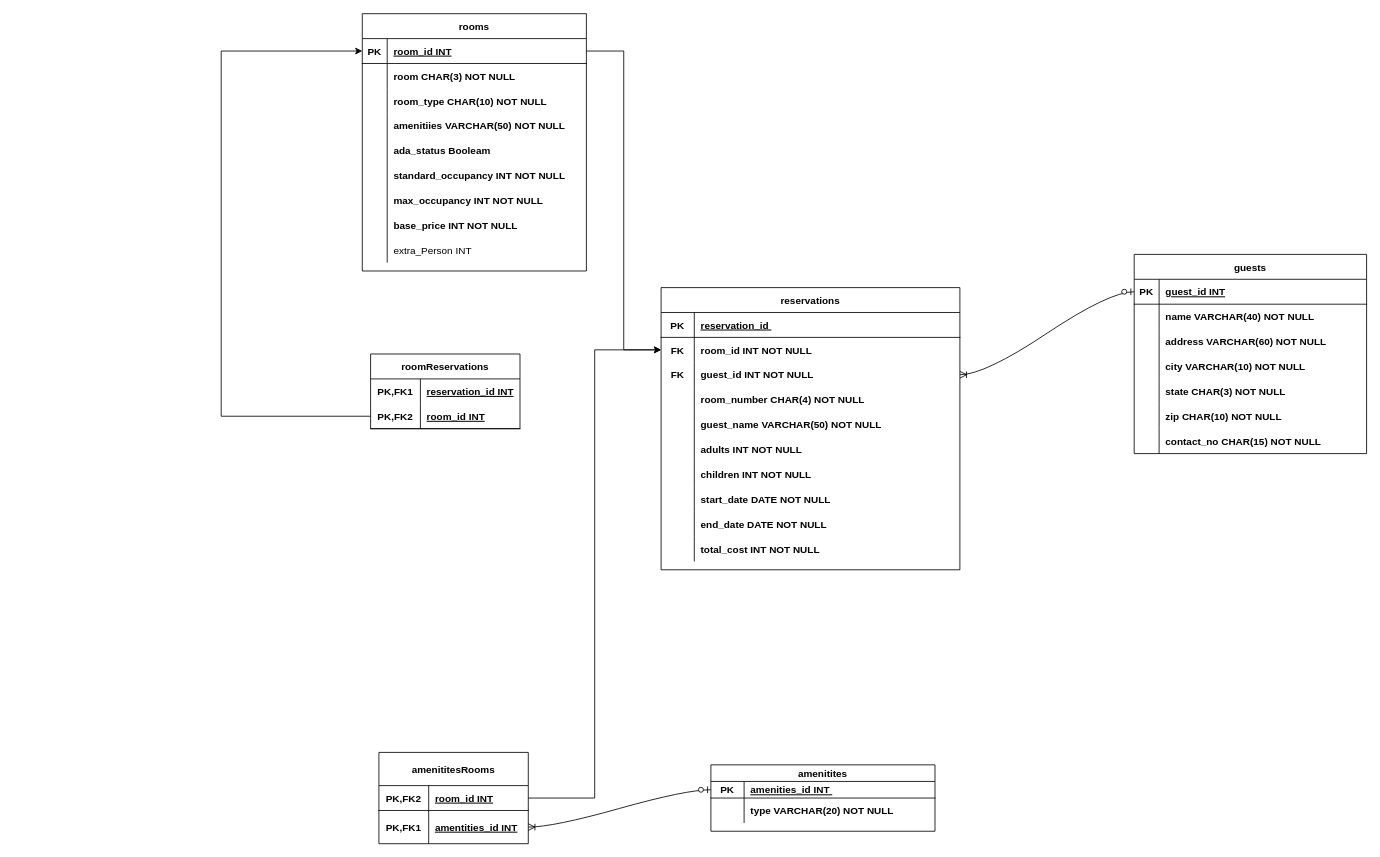
The draw.io diagram HotelReservation.drawio in raveen112/raveen-mathai-classwork, before the edit. Source tidied: cells renumbered, new cells numbered last; positions are measured from the earlier drawing's top-left corner, leaving out a move shared by most shapes. Both pictures are drawn from the tidied source at 83%, with x=0, y=0 at pixel (221, 13).
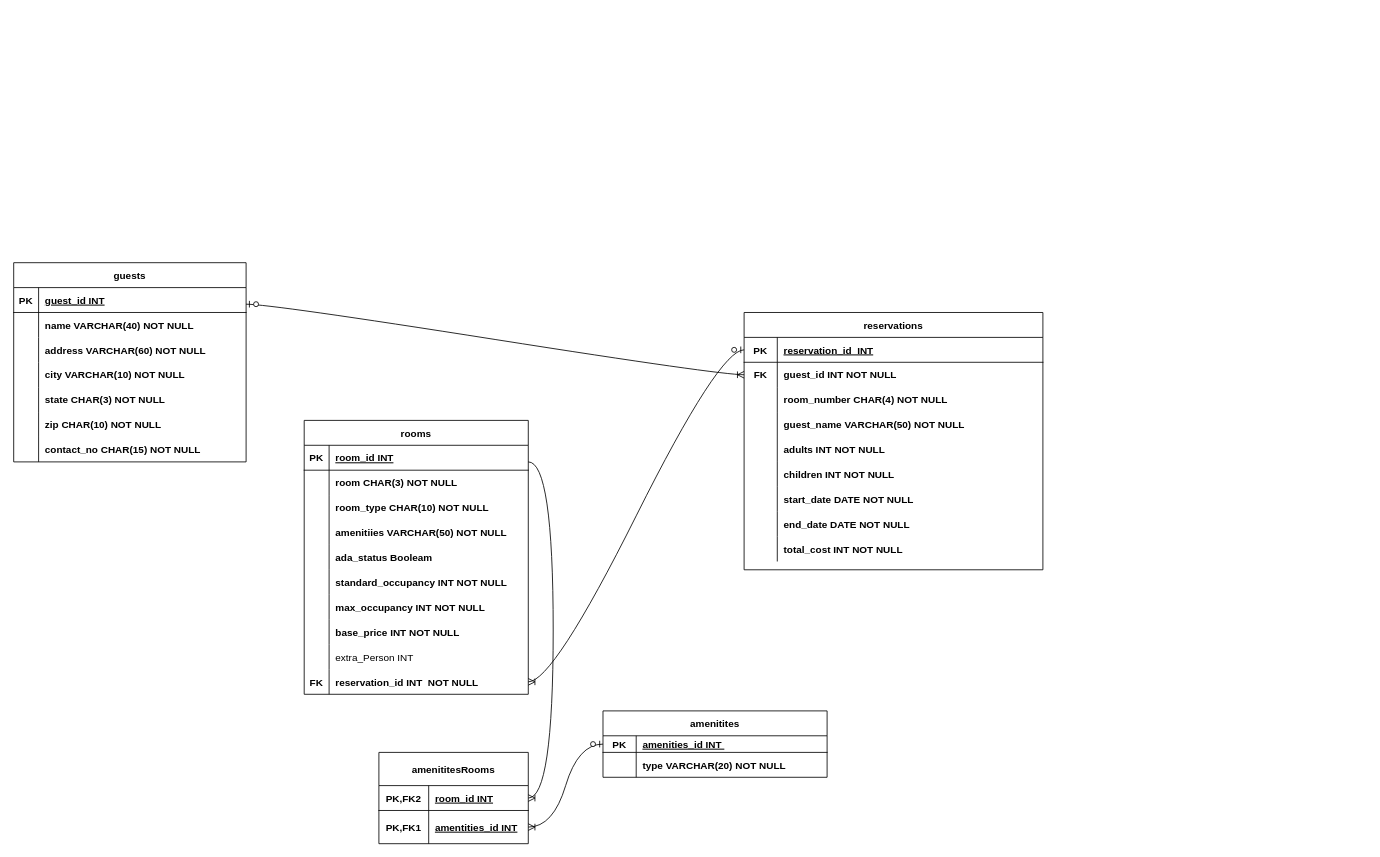
After the change.

Unchanged cells that the change refers to:
```xml
<mxCell id="3" style="shape=tableRow;horizontal=0;startSize=0;swimlaneHead=0;swimlaneBody=0;fillColor=none;points=[[0,0.5],[1,0.5]];portConstraint=eastwest;top=0;left=0;right=0;bottom=1;" parent="2" vertex="1">
  <mxGeometry y="30" width="360" height="30" as="geometry" />
</mxCell>
<mxCell id="34" style="shape=tableRow;horizontal=0;startSize=0;swimlaneHead=0;swimlaneBody=0;fillColor=none;points=[[0,0.5],[1,0.5]];portConstraint=eastwest;top=0;left=0;right=0;bottom=1;" parent="33" vertex="1">
  <mxGeometry y="30" width="270" height="30" as="geometry" />
</mxCell>
<mxCell id="62" style="shape=tableRow;horizontal=0;startSize=0;swimlaneHead=0;swimlaneBody=0;fillColor=none;points=[[0,0.5],[1,0.5]];portConstraint=eastwest;top=0;left=0;right=0;bottom=1;" parent="61" vertex="1">
  <mxGeometry y="30" width="280" height="30" as="geometry" />
</mxCell>
<mxCell id="84" style="shape=tableRow;horizontal=0;startSize=0;swimlaneHead=0;swimlaneBody=0;fillColor=none;points=[[0,0.5],[1,0.5]];portConstraint=eastwest;top=0;left=0;right=0;bottom=1;" parent="83" vertex="1">
  <mxGeometry y="40" width="180" height="30" as="geometry" />
</mxCell>
```

The edit, as a diff of the source:
```diff
@@
     <mxCell id="2" value="reservations" style="shape=table;startSize=30;childLayout=tableLayout;rowLines=0;fontStyle=1;align=center;" parent="1" vertex="1">
-      <mxGeometry x="530" y="330" width="360" height="340" as="geometry" />
+      <mxGeometry x="630" y="360" width="360" height="310" as="geometry" />
     </mxCell>
@@
-    <mxCell id="5" value="reservation_id " style="shape=partialRectangle;fillColor=none;top=0;left=0;bottom=0;right=0;align=left;spacingLeft=6;fontStyle=5;overflow=hidden;" parent="3" vertex="1">
+    <mxCell id="5" value="reservation_id  INT" style="shape=partialRectangle;fillColor=none;top=0;left=0;bottom=0;right=0;align=left;spacingLeft=6;fontStyle=5;overflow=hidden;" parent="3" vertex="1">
       <mxGeometry x="40" width="320" height="30" as="geometry" />
     </mxCell>
-    <mxCell id="6" style="shape=tableRow;horizontal=0;startSize=0;swimlaneHead=0;swimlaneBody=0;fillColor=none;points=[[0,0.5],[1,0.5]];portConstraint=eastwest;top=0;left=0;right=0;bottom=0;fontStyle=1;" parent="2" vertex="1">
-      <mxGeometry y="60" width="360" height="30" as="geometry" />
-    </mxCell>
-    <mxCell id="7" value="FK" style="shape=partialRectangle;fillColor=none;top=0;left=0;bottom=0;right=0;overflow=hidden;fontStyle=1;" parent="6" vertex="1">
-      <mxGeometry width="40" height="30" as="geometry" />
-    </mxCell>
-    <mxCell id="8" value="room_id INT NOT NULL" style="shape=partialRectangle;fillColor=none;top=0;left=0;bottom=0;right=0;align=left;spacingLeft=6;overflow=hidden;fontStyle=1;" parent="6" vertex="1">
-      <mxGeometry x="40" width="320" height="30" as="geometry" />
-    </mxCell>
     <mxCell id="9" style="shape=tableRow;horizontal=0;startSize=0;swimlaneHead=0;swimlaneBody=0;fillColor=none;points=[[0,0.5],[1,0.5]];portConstraint=eastwest;top=0;left=0;right=0;bottom=0;" parent="2" vertex="1">
-      <mxGeometry y="90" width="360" height="30" as="geometry" />
+      <mxGeometry y="60" width="360" height="30" as="geometry" />
     </mxCell>
@@
     <mxCell id="12" style="shape=tableRow;horizontal=0;startSize=0;swimlaneHead=0;swimlaneBody=0;fillColor=none;top=0;left=0;right=0;bottom=0;" parent="2" vertex="1">
-      <mxGeometry y="120" width="360" height="30" as="geometry" />
+      <mxGeometry y="90" width="360" height="30" as="geometry" />
     </mxCell>
@@
     <mxCell id="15" style="shape=tableRow;horizontal=0;startSize=0;swimlaneHead=0;swimlaneBody=0;fillColor=none;top=0;left=0;right=0;bottom=0;" parent="2" vertex="1">
-      <mxGeometry y="150" width="360" height="30" as="geometry" />
+      <mxGeometry y="120" width="360" height="30" as="geometry" />
     </mxCell>
@@
     <mxCell id="18" style="shape=tableRow;horizontal=0;startSize=0;swimlaneHead=0;swimlaneBody=0;fillColor=none;top=0;left=0;right=0;bottom=0;" parent="2" vertex="1">
-      <mxGeometry y="180" width="360" height="30" as="geometry" />
+      <mxGeometry y="150" width="360" height="30" as="geometry" />
     </mxCell>
@@
     <mxCell id="21" style="shape=tableRow;horizontal=0;startSize=0;swimlaneHead=0;swimlaneBody=0;fillColor=none;top=0;left=0;right=0;bottom=0;" parent="2" vertex="1">
-      <mxGeometry y="210" width="360" height="30" as="geometry" />
+      <mxGeometry y="180" width="360" height="30" as="geometry" />
     </mxCell>
@@
     <mxCell id="24" style="shape=tableRow;horizontal=0;startSize=0;swimlaneHead=0;swimlaneBody=0;fillColor=none;top=0;left=0;right=0;bottom=0;" parent="2" vertex="1">
-      <mxGeometry y="240" width="360" height="30" as="geometry" />
+      <mxGeometry y="210" width="360" height="30" as="geometry" />
     </mxCell>
@@
     <mxCell id="27" style="shape=tableRow;horizontal=0;startSize=0;swimlaneHead=0;swimlaneBody=0;fillColor=none;top=0;left=0;right=0;bottom=0;" parent="2" vertex="1">
-      <mxGeometry y="270" width="360" height="30" as="geometry" />
+      <mxGeometry y="240" width="360" height="30" as="geometry" />
     </mxCell>
@@
     <mxCell id="30" style="shape=tableRow;horizontal=0;startSize=0;swimlaneHead=0;swimlaneBody=0;fillColor=none;top=0;left=0;right=0;bottom=0;" parent="2" vertex="1">
-      <mxGeometry y="300" width="360" height="30" as="geometry" />
+      <mxGeometry y="270" width="360" height="30" as="geometry" />
     </mxCell>
@@
     <mxCell id="33" value="rooms" style="shape=table;startSize=30;childLayout=tableLayout;rowLines=0;fontStyle=1;align=center;" parent="1" vertex="1">
-      <mxGeometry x="170" width="270" height="310" as="geometry" />
+      <mxGeometry x="100" y="490" width="270" height="330" as="geometry" />
     </mxCell>
@@
+    <mxCell id="109" style="shape=tableRow;horizontal=0;startSize=0;swimlaneHead=0;swimlaneBody=0;fillColor=none;points=[[0,0.5],[1,0.5]];portConstraint=eastwest;top=0;left=0;right=0;bottom=0;" parent="33" vertex="1">
+      <mxGeometry y="300" width="270" height="30" as="geometry" />
+    </mxCell>
+    <mxCell id="7" value="FK" style="shape=partialRectangle;fillColor=none;top=0;left=0;bottom=0;right=0;overflow=hidden;fontStyle=1;" parent="109" vertex="1">
+      <mxGeometry width="30" height="30" as="geometry" />
+    </mxCell>
+    <mxCell id="110" value="reservation_id INT  NOT NULL" style="shape=partialRectangle;fillColor=none;top=0;left=0;bottom=0;right=0;align=left;spacingLeft=6;overflow=hidden;fontStyle=1;" parent="109" vertex="1">
+      <mxGeometry x="30" width="240" height="30" as="geometry" />
+    </mxCell>
     <mxCell id="61" value="guests" style="shape=table;startSize=30;childLayout=tableLayout;rowLines=0;fontStyle=1;align=center;" parent="1" vertex="1">
-      <mxGeometry x="1100" y="290" width="280" height="240" as="geometry" />
+      <mxGeometry x="-250" y="300" width="280" height="240" as="geometry" />
     </mxCell>
@@
-    <mxCell id="90" value="amenitites" style="shape=table;startSize=20;childLayout=tableLayout;rowLines=0;fontStyle=1;align=center;" parent="1" vertex="1">
-      <mxGeometry x="590" y="905" width="270" height="80" as="geometry" />
+    <mxCell id="90" value="amenitites" style="shape=table;startSize=30;childLayout=tableLayout;rowLines=0;fontStyle=1;align=center;" parent="1" vertex="1">
+      <mxGeometry x="460" y="840" width="270" height="80" as="geometry" />
     </mxCell>
     <mxCell id="91" style="shape=tableRow;horizontal=0;startSize=0;swimlaneHead=0;swimlaneBody=0;fillColor=none;points=[[0,0.5],[1,0.5]];portConstraint=eastwest;top=0;left=0;right=0;bottom=1;" parent="90" vertex="1">
-      <mxGeometry y="20" width="270" height="20" as="geometry" />
+      <mxGeometry y="30" width="270" height="20" as="geometry" />
     </mxCell>
@@
     <mxCell id="94" style="shape=tableRow;horizontal=0;startSize=0;swimlaneHead=0;swimlaneBody=0;fillColor=none;top=0;left=0;right=0;bottom=0;" parent="90" vertex="1">
-      <mxGeometry y="40" width="270" height="30" as="geometry" />
+      <mxGeometry y="50" width="270" height="30" as="geometry" />
     </mxCell>
@@
-    <mxCell id="97" style="edgeStyle=entityRelationEdgeStyle;fontSize=12;html=1;endArrow=ERoneToMany;startArrow=ERzeroToOne;rounded=0;curved=1;entryX=1;entryY=0.5;entryDx=0;entryDy=0;exitX=0;exitY=0.5;exitDx=0;exitDy=0;" parent="1" edge="1" source="62" target="9">
-      <mxGeometry relative="1" as="geometry" />
+    <mxCell id="97" style="edgeStyle=entityRelationEdgeStyle;fontSize=12;html=1;endArrow=ERoneToMany;startArrow=ERzeroToOne;rounded=0;curved=1;entryX=0;entryY=0.5;entryDx=0;entryDy=0;" parent="1" edge="1" target="9">
+      <mxGeometry relative="1" as="geometry">
+        <mxPoint x="30" y="350" as="sourcePoint" />
+      </mxGeometry>
     </mxCell>
@@
-    <mxCell id="99" value="roomReservations" style="shape=table;startSize=30;childLayout=tableLayout;rowLines=0;fontStyle=1;align=center;" parent="1" vertex="1">
-      <mxGeometry x="180" y="410" width="180" height="90" as="geometry" />
-    </mxCell>
-    <mxCell id="100" style="shape=tableRow;horizontal=0;startSize=0;swimlaneHead=0;swimlaneBody=0;fillColor=none;top=0;left=0;right=0;bottom=0;" parent="99" vertex="1">
-      <mxGeometry y="30" width="180" height="30" as="geometry" />
-    </mxCell>
-    <mxCell id="101" value="PK,FK1" style="shape=partialRectangle;fillColor=none;top=0;left=0;bottom=0;right=0;fontStyle=1;overflow=hidden;" parent="100" vertex="1">
-      <mxGeometry width="60" height="30" as="geometry" />
-    </mxCell>
-    <mxCell id="102" value="reservation_id INT" style="shape=partialRectangle;fillColor=none;top=0;left=0;bottom=0;right=0;align=left;spacingLeft=6;fontStyle=5;overflow=hidden;" parent="100" vertex="1">
-      <mxGeometry x="60" width="120" height="30" as="geometry" />
-    </mxCell>
-    <mxCell id="103" style="shape=tableRow;horizontal=0;startSize=0;swimlaneHead=0;swimlaneBody=0;fillColor=none;points=[[0,0.5],[1,0.5]];portConstraint=eastwest;top=0;left=0;right=0;bottom=1;" parent="99" vertex="1">
-      <mxGeometry y="60" width="180" height="30" as="geometry" />
-    </mxCell>
-    <mxCell id="104" value="PK,FK2" style="shape=partialRectangle;fillColor=none;top=0;left=0;bottom=0;right=0;fontStyle=1;overflow=hidden;" parent="103" vertex="1">
-      <mxGeometry width="60" height="30" as="geometry" />
-    </mxCell>
-    <mxCell id="105" value="room_id INT" style="shape=partialRectangle;fillColor=none;top=0;left=0;bottom=0;right=0;align=left;spacingLeft=6;fontStyle=5;overflow=hidden;" parent="103" vertex="1">
-      <mxGeometry x="60" width="120" height="30" as="geometry" />
-    </mxCell>
-    <mxCell id="106" style="edgeStyle=orthogonalEdgeStyle;rounded=0;jettySize=auto;html=1;entryX=0;entryY=0.5;entryDx=0;entryDy=0;" parent="1" edge="1" source="103" target="34">
-      <mxGeometry relative="1" as="geometry">
-        <Array as="points">
-          <mxPoint y="485" />
-          <mxPoint y="45" />
-        </Array>
-      </mxGeometry>
-    </mxCell>
-    <mxCell id="107" style="edgeStyle=orthogonalEdgeStyle;rounded=0;jettySize=auto;html=1;entryX=0;entryY=0.5;entryDx=0;entryDy=0;" parent="1" edge="1" source="34" target="6">
-      <mxGeometry relative="1" as="geometry" />
-    </mxCell>
-    <mxCell id="108" style="edgeStyle=orthogonalEdgeStyle;rounded=0;jettySize=auto;html=1;entryX=0;entryY=0.5;entryDx=0;entryDy=0;" parent="1" edge="1" source="84" target="6">
-      <mxGeometry relative="1" as="geometry" />
-    </mxCell>
+    <mxCell id="111" style="edgeStyle=entityRelationEdgeStyle;fontSize=12;html=1;endArrow=ERoneToMany;rounded=0;curved=1;entryX=1;entryY=0.5;entryDx=0;entryDy=0;" parent="1" edge="1" target="84">
+      <mxGeometry relative="1" as="geometry">
+        <mxPoint x="370" y="540" as="sourcePoint" />
+      </mxGeometry>
+    </mxCell>
+    <mxCell id="112" style="edgeStyle=entityRelationEdgeStyle;fontSize=12;html=1;endArrow=ERoneToMany;startArrow=ERzeroToOne;rounded=0;curved=1;entryX=1;entryY=0.5;entryDx=0;entryDy=0;exitX=0;exitY=0.5;exitDx=0;exitDy=0;" parent="1" edge="1" source="3" target="109">
+      <mxGeometry relative="1" as="geometry" />
+    </mxCell>
```
